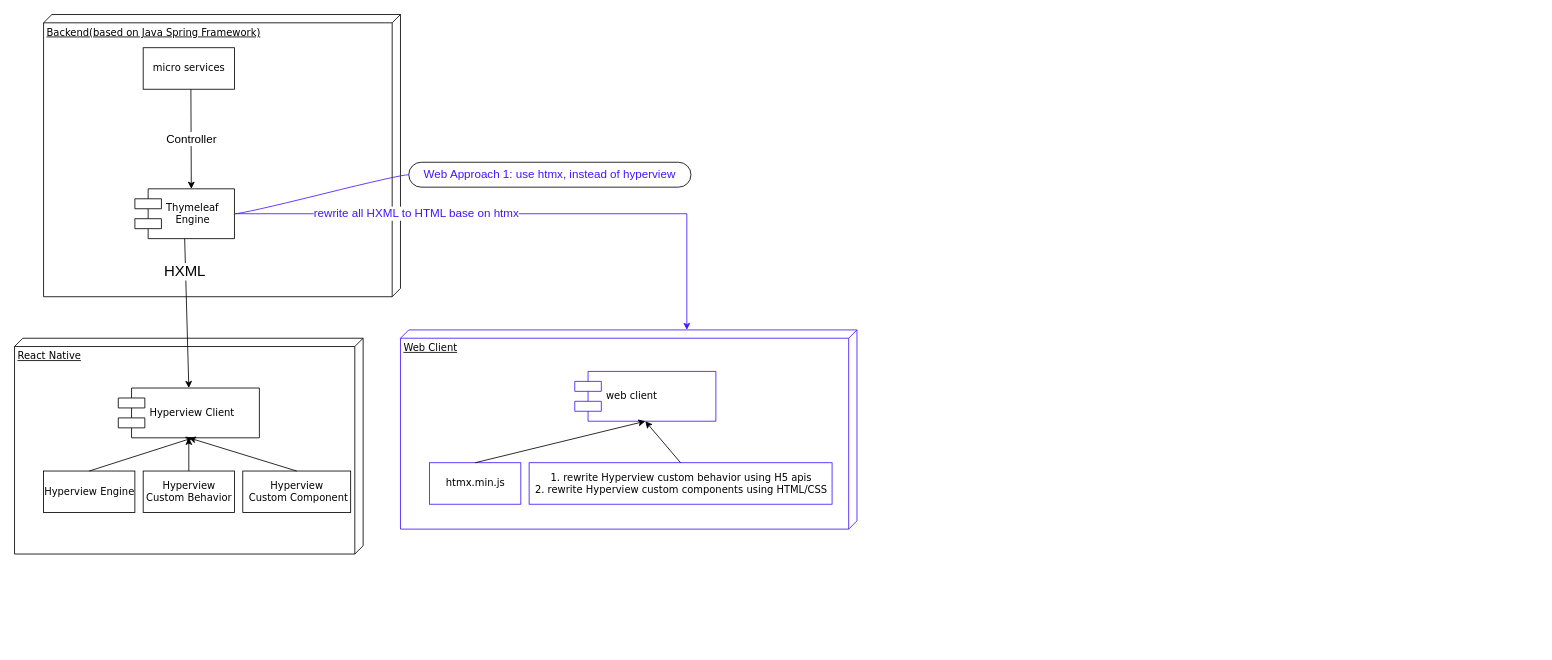
This is Untitled Diagram.drawio from terryatgithub/books, a draw.io file, before an edit. Source tidied: cells renumbered, new cells numbered last; positions are measured from the earlier drawing's top-left corner, leaving out a move shared by most shapes. Both pictures are drawn from the tidied source at 83%, with x=0, y=0 at pixel (14, 14).
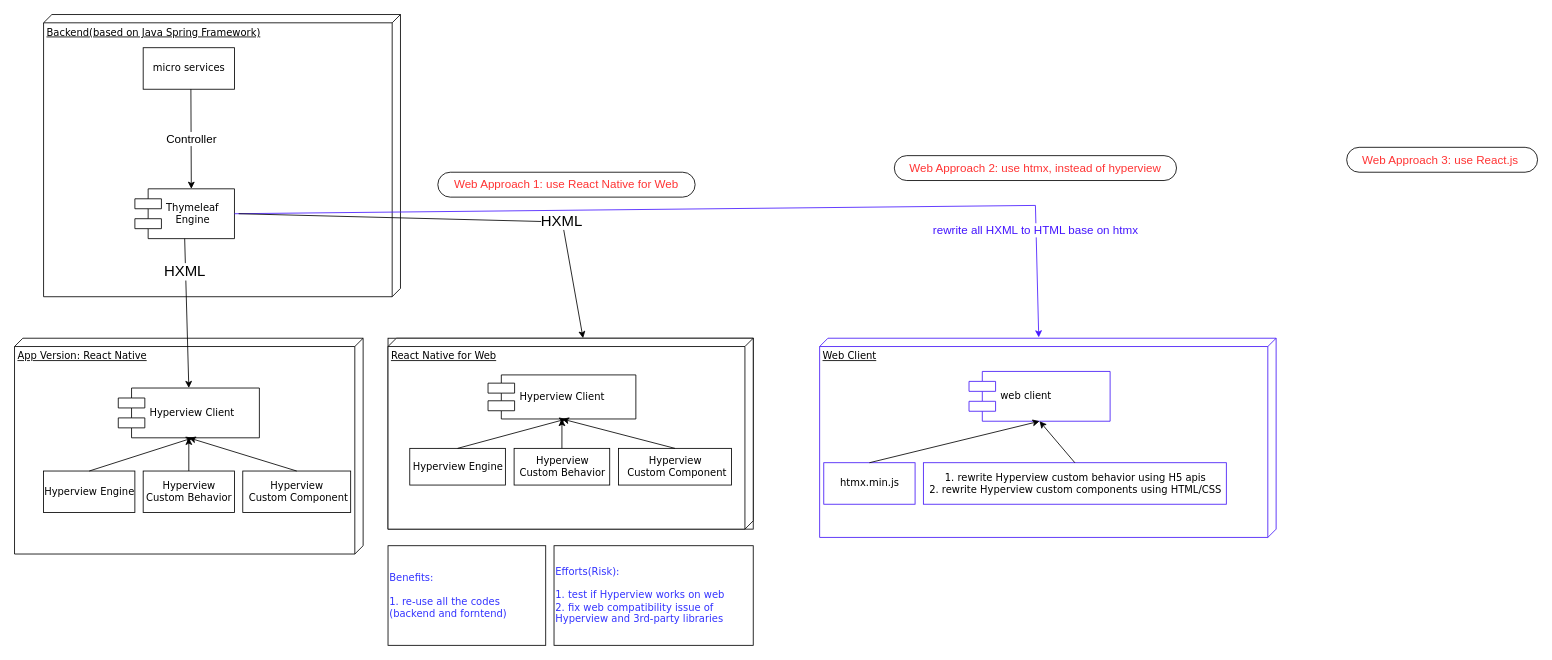
After the change.

The change refers to these unchanged cells:
```xml
<mxCell id="4" value="Thymeleaf&amp;nbsp;&lt;br&gt;&amp;nbsp; &amp;nbsp;Engine" style="shape=component;align=left;spacingLeft=36;rounded=0;shadow=0;comic=0;labelBackgroundColor=none;strokeWidth=1;fontFamily=Verdana;fontSize=12;html=1;" parent="1" vertex="1">
  <mxGeometry x="145" y="210" width="120" height="60" as="geometry" />
</mxCell>
```

Change to the diagram source:
```diff
@@
-    <mxCell id="3" value="React Native" style="verticalAlign=top;align=left;spacingTop=8;spacingLeft=2;spacingRight=12;shape=cube;size=10;direction=south;fontStyle=4;html=1;rounded=0;shadow=0;comic=0;labelBackgroundColor=none;strokeWidth=1;fontFamily=Verdana;fontSize=12;" parent="1" vertex="1">
+    <mxCell id="3" value="App Version: React Native" style="verticalAlign=top;align=left;spacingTop=8;spacingLeft=2;spacingRight=12;shape=cube;size=10;direction=south;fontStyle=4;html=1;rounded=0;shadow=0;comic=0;labelBackgroundColor=none;strokeWidth=1;fontFamily=Verdana;fontSize=12;" parent="1" vertex="1">
       <mxGeometry y="390" width="420" height="260" as="geometry" />
     </mxCell>
@@
+    <mxCell id="21" value="&lt;font color=&quot;#4314ff&quot; style=&quot;font-size: 14px;&quot;&gt;rewrite all HXML to HTML base on htmx&lt;/font&gt;" style="endArrow=classic;html=1;rounded=0;exitX=1;exitY=0.5;exitDx=0;exitDy=0;strokeColor=#4517FF;entryX=-0.004;entryY=0.52;entryDx=0;entryDy=0;entryPerimeter=0;" parent="1" edge="1" source="4" target="15">
+      <mxGeometry x="0.77" y="-1" relative="1" as="geometry">
+        <Array as="points">
+          <mxPoint x="1230" y="230" />
+        </Array>
+      </mxGeometry>
+    </mxCell>
+    <mxCell id="22" value="&lt;font color=&quot;#ff3333&quot;&gt;Web Approach 2: use htmx, instead of hyperview&lt;/font&gt;" style="whiteSpace=wrap;html=1;rounded=1;arcSize=50;align=center;verticalAlign=middle;strokeWidth=1;spacing=4;newEdgeStyle={&quot;edgeStyle&quot;:&quot;entityRelationEdgeStyle&quot;,&quot;startArrow&quot;:&quot;none&quot;,&quot;endArrow&quot;:&quot;none&quot;,&quot;segment&quot;:10,&quot;curved&quot;:1};fontSize=14;fontColor=#4314FF;" parent="1" vertex="1">
+      <mxGeometry x="1060" y="170" width="340" height="30" as="geometry" />
+    </mxCell>
+    <mxCell id="24" style="group;" parent="1" vertex="1">
+      <mxGeometry x="970" y="390" width="550" height="240" as="geometry" />
+    </mxCell>
-    <mxCell id="15" value="Web Client" style="verticalAlign=top;align=left;spacingTop=8;spacingLeft=2;spacingRight=12;shape=cube;size=10;direction=south;fontStyle=4;html=1;rounded=0;shadow=0;comic=0;labelBackgroundColor=none;strokeWidth=1;fontFamily=Verdana;fontSize=12;strokeColor=#4316F7;" parent="1" vertex="1">
-      <mxGeometry x="465" y="380" width="550" height="240" as="geometry" />
+    <mxCell id="15" value="Web Client" style="verticalAlign=top;align=left;spacingTop=8;spacingLeft=2;spacingRight=12;shape=cube;size=10;direction=south;fontStyle=4;html=1;rounded=0;shadow=0;comic=0;labelBackgroundColor=none;strokeWidth=1;fontFamily=Verdana;fontSize=12;strokeColor=#4316F7;" parent="24" vertex="1">
+      <mxGeometry width="550" height="240" as="geometry" />
     </mxCell>
-    <mxCell id="16" value="web client" style="shape=component;align=left;spacingLeft=36;rounded=0;shadow=0;comic=0;labelBackgroundColor=none;strokeWidth=1;fontFamily=Verdana;fontSize=12;html=1;strokeColor=#4316F7;" parent="1" vertex="1">
-      <mxGeometry x="675" y="430" width="170" height="60" as="geometry" />
+    <mxCell id="16" value="web client" style="shape=component;align=left;spacingLeft=36;rounded=0;shadow=0;comic=0;labelBackgroundColor=none;strokeWidth=1;fontFamily=Verdana;fontSize=12;html=1;strokeColor=#4316F7;" parent="24" vertex="1">
+      <mxGeometry x="180" y="40" width="170" height="60" as="geometry" />
     </mxCell>
-    <mxCell id="17" value="htmx.min.js" style="html=1;rounded=0;shadow=0;comic=0;labelBackgroundColor=none;strokeWidth=1;fontFamily=Verdana;fontSize=12;align=center;strokeColor=#4316F7;" parent="1" vertex="1">
-      <mxGeometry x="500" y="540" width="110" height="50" as="geometry" />
+    <mxCell id="17" value="htmx.min.js" style="html=1;rounded=0;shadow=0;comic=0;labelBackgroundColor=none;strokeWidth=1;fontFamily=Verdana;fontSize=12;align=center;strokeColor=#4316F7;" parent="24" vertex="1">
+      <mxGeometry x="5" y="150" width="110" height="50" as="geometry" />
     </mxCell>
-    <mxCell id="18" value="1. rewrite Hyperview custom behavior using H5 apis&lt;br&gt;2. rewrite Hyperview custom components using HTML/CSS" style="html=1;rounded=0;shadow=0;comic=0;labelBackgroundColor=none;strokeWidth=1;fontFamily=Verdana;fontSize=12;align=center;strokeColor=#4316F7;" parent="1" vertex="1">
-      <mxGeometry x="620" y="540" width="365" height="50" as="geometry" />
+    <mxCell id="18" value="1. rewrite Hyperview custom behavior using H5 apis&lt;br&gt;2. rewrite Hyperview custom components using HTML/CSS" style="html=1;rounded=0;shadow=0;comic=0;labelBackgroundColor=none;strokeWidth=1;fontFamily=Verdana;fontSize=12;align=center;strokeColor=#4316F7;" parent="24" vertex="1">
+      <mxGeometry x="125" y="150" width="365" height="50" as="geometry" />
     </mxCell>
-    <mxCell id="19" style="endArrow=classic;html=1;rounded=0;exitX=0.5;exitY=0;exitDx=0;exitDy=0;entryX=0.5;entryY=1;entryDx=0;entryDy=0;" parent="1" edge="1" source="18" target="16">
+    <mxCell id="19" style="endArrow=classic;html=1;rounded=0;exitX=0.5;exitY=0;exitDx=0;exitDy=0;entryX=0.5;entryY=1;entryDx=0;entryDy=0;" parent="24" edge="1" source="18" target="16">
       <mxGeometry relative="1" as="geometry" />
     </mxCell>
-    <mxCell id="20" style="endArrow=classic;html=1;rounded=0;exitX=0.5;exitY=0;exitDx=0;exitDy=0;entryX=0.5;entryY=1;entryDx=0;entryDy=0;" parent="1" edge="1" source="17" target="16">
+    <mxCell id="20" style="endArrow=classic;html=1;rounded=0;exitX=0.5;exitY=0;exitDx=0;exitDy=0;entryX=0.5;entryY=1;entryDx=0;entryDy=0;" parent="24" edge="1" source="17" target="16">
       <mxGeometry relative="1" as="geometry" />
     </mxCell>
-    <mxCell id="21" value="&lt;font color=&quot;#4314ff&quot; style=&quot;font-size: 14px;&quot;&gt;rewrite all HXML to HTML base on htmx&lt;/font&gt;" style="endArrow=classic;html=1;rounded=0;exitX=1;exitY=0.5;exitDx=0;exitDy=0;entryX=0;entryY=0;entryDx=0;entryDy=205;entryPerimeter=0;strokeColor=#4517FF;" parent="1" edge="1" source="4" target="15">
-      <mxGeometry x="-0.36" relative="1" as="geometry">
-        <Array as="points">
-          <mxPoint x="810" y="240" />
-        </Array>
-      </mxGeometry>
-    </mxCell>
-    <mxCell id="22" value="Web Approach 1: use htmx, instead of hyperview" style="whiteSpace=wrap;html=1;rounded=1;arcSize=50;align=center;verticalAlign=middle;strokeWidth=1;spacing=4;newEdgeStyle={&quot;edgeStyle&quot;:&quot;entityRelationEdgeStyle&quot;,&quot;startArrow&quot;:&quot;none&quot;,&quot;endArrow&quot;:&quot;none&quot;,&quot;segment&quot;:10,&quot;curved&quot;:1};fontSize=14;fontColor=#4314FF;" parent="1" vertex="1">
-      <mxGeometry x="475" y="178" width="340" height="30" as="geometry" />
-    </mxCell>
-    <mxCell id="23" style="edgeStyle=entityRelationEdgeStyle;startArrow=none;endArrow=none;segment=10;curved=1;rounded=0;fontSize=14;fontColor=#4314FF;strokeColor=#4517FF;exitX=1;exitY=0.5;exitDx=0;exitDy=0;" parent="1" edge="1" source="4" target="22">
-      <mxGeometry relative="1" as="geometry" />
-    </mxCell>
+    <mxCell id="25" value="&lt;font style=&quot;font-size: 18px;&quot;&gt;HXML&lt;/font&gt;" style="endArrow=classic;html=1;rounded=0;entryX=0;entryY=0;entryDx=0;entryDy=205;entryPerimeter=0;" parent="1" edge="1" target="28">
+      <mxGeometry x="0.46" y="1" relative="1" as="geometry">
+        <mxPoint x="270" y="240" as="sourcePoint" />
+        <Array as="points">
+          <mxPoint x="660" y="250" />
+        </Array>
+      </mxGeometry>
+    </mxCell>
+    <mxCell id="26" value="&lt;font color=&quot;#ff3333&quot;&gt;Web Approach 1: use React Native for Web&lt;/font&gt;" style="whiteSpace=wrap;html=1;rounded=1;arcSize=50;align=center;verticalAlign=middle;strokeWidth=1;spacing=4;newEdgeStyle={&quot;edgeStyle&quot;:&quot;entityRelationEdgeStyle&quot;,&quot;startArrow&quot;:&quot;none&quot;,&quot;endArrow&quot;:&quot;none&quot;,&quot;segment&quot;:10,&quot;curved&quot;:1};fontSize=14;fontColor=#4314FF;" parent="1" vertex="1">
+      <mxGeometry x="510" y="190" width="310" height="30" as="geometry" />
+    </mxCell>
+    <mxCell id="27" style="group;strokeColor=default;" parent="1" vertex="1">
+      <mxGeometry x="450" y="390" width="440" height="230" as="geometry" />
+    </mxCell>
+    <mxCell id="28" value="React Native for Web" style="verticalAlign=top;align=left;spacingTop=8;spacingLeft=2;spacingRight=12;shape=cube;size=10;direction=south;fontStyle=4;html=1;rounded=0;shadow=0;comic=0;labelBackgroundColor=none;strokeWidth=1;fontFamily=Verdana;fontSize=12;strokeColor=default;" parent="27" vertex="1">
+      <mxGeometry width="440" height="230" as="geometry" />
+    </mxCell>
+    <mxCell id="29" value="Hyperview Client" style="shape=component;align=left;spacingLeft=36;rounded=0;shadow=0;comic=0;labelBackgroundColor=none;strokeWidth=1;fontFamily=Verdana;fontSize=12;html=1;strokeColor=default;" parent="27" vertex="1">
+      <mxGeometry x="120.5" y="44.2" width="178.1" height="53.1" as="geometry" />
+    </mxCell>
+    <mxCell id="30" value="Hyperview Engine" style="html=1;rounded=0;shadow=0;comic=0;labelBackgroundColor=none;strokeWidth=1;fontFamily=Verdana;fontSize=12;align=center;strokeColor=default;" parent="27" vertex="1">
+      <mxGeometry x="26.2" y="132.7" width="115.2" height="44.2" as="geometry" />
+    </mxCell>
+    <mxCell id="31" value="Hyperview &lt;br&gt;Custom Behavior" style="html=1;rounded=0;shadow=0;comic=0;labelBackgroundColor=none;strokeWidth=1;fontFamily=Verdana;fontSize=12;align=center;strokeColor=default;" parent="27" vertex="1">
+      <mxGeometry x="151.9" y="132.7" width="115.2" height="44.2" as="geometry" />
+    </mxCell>
+    <mxCell id="32" value="Hyperview&lt;br&gt;&amp;nbsp;Custom Component" style="html=1;rounded=0;shadow=0;comic=0;labelBackgroundColor=none;strokeWidth=1;fontFamily=Verdana;fontSize=12;align=center;strokeColor=default;" parent="27" vertex="1">
+      <mxGeometry x="277.6" y="132.7" width="136.2" height="44.2" as="geometry" />
+    </mxCell>
+    <mxCell id="33" style="endArrow=classic;html=1;rounded=0;exitX=0.5;exitY=0;exitDx=0;exitDy=0;entryX=0.5;entryY=1;entryDx=0;entryDy=0;strokeColor=default;" parent="27" edge="1" source="31" target="29">
+      <mxGeometry relative="1" as="geometry" />
+    </mxCell>
+    <mxCell id="34" style="endArrow=classic;html=1;rounded=0;exitX=0.5;exitY=0;exitDx=0;exitDy=0;entryX=0.5;entryY=1;entryDx=0;entryDy=0;strokeColor=default;" parent="27" edge="1" source="32" target="29">
+      <mxGeometry relative="1" as="geometry" />
+    </mxCell>
+    <mxCell id="35" style="endArrow=classic;html=1;rounded=0;exitX=0.5;exitY=0;exitDx=0;exitDy=0;strokeColor=default;" parent="27" edge="1" source="30">
+      <mxGeometry relative="1" as="geometry">
+        <mxPoint x="214.8" y="97.3" as="targetPoint" />
+      </mxGeometry>
+    </mxCell>
+    <mxCell id="36" value="&lt;font color=&quot;#ff3333&quot;&gt;Web Approach 3: use React.js&amp;nbsp;&lt;/font&gt;" style="whiteSpace=wrap;html=1;rounded=1;arcSize=50;align=center;verticalAlign=middle;strokeWidth=1;spacing=4;newEdgeStyle={&quot;edgeStyle&quot;:&quot;entityRelationEdgeStyle&quot;,&quot;startArrow&quot;:&quot;none&quot;,&quot;endArrow&quot;:&quot;none&quot;,&quot;segment&quot;:10,&quot;curved&quot;:1};fontSize=14;fontColor=#4314FF;" parent="1" vertex="1">
+      <mxGeometry x="1605" y="160" width="230" height="30" as="geometry" />
+    </mxCell>
+    <mxCell id="37" value="&lt;font color=&quot;#3333ff&quot;&gt;Benefits:&amp;nbsp;&lt;br&gt;&lt;br&gt;1. re-use all the codes (backend and forntend)&lt;br&gt;&lt;/font&gt;" style="html=1;rounded=0;shadow=0;comic=0;labelBackgroundColor=none;strokeWidth=1;fontFamily=Verdana;fontSize=12;align=left;strokeColor=default;verticalAlign=middle;whiteSpace=wrap;" parent="1" vertex="1">
+      <mxGeometry x="450" y="640" width="190" height="120" as="geometry" />
+    </mxCell>
+    <mxCell id="38" value="&lt;font color=&quot;#3333ff&quot;&gt;Efforts(Risk):&lt;br&gt;&lt;br&gt;1. test if Hyperview works on web&lt;br&gt;2. fix web compatibility issue of Hyperview and 3rd-party libraries&lt;/font&gt;" style="html=1;rounded=0;shadow=0;comic=0;labelBackgroundColor=none;strokeWidth=1;fontFamily=Verdana;fontSize=12;align=left;strokeColor=default;whiteSpace=wrap;" parent="1" vertex="1">
+      <mxGeometry x="650" y="640" width="240" height="120" as="geometry" />
+    </mxCell>
```
